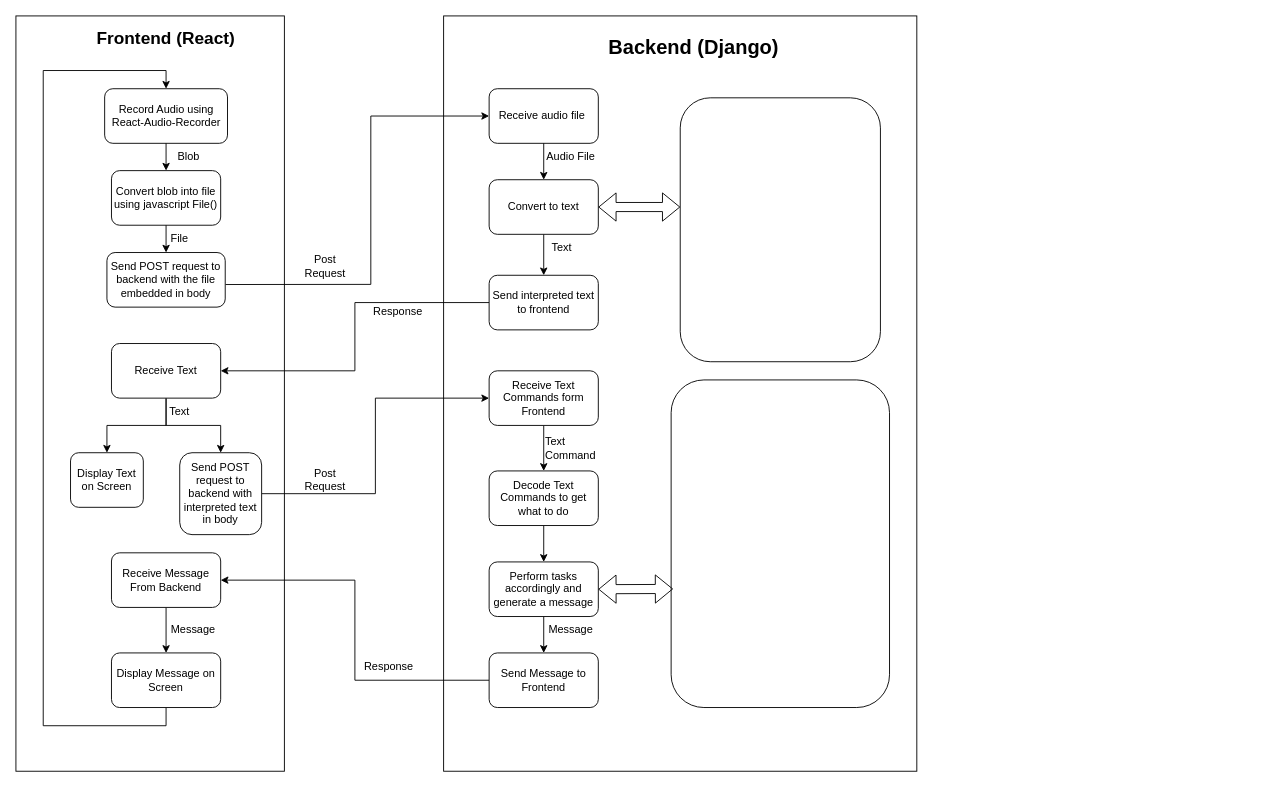
This is ad.drawio from e4stw7nd/OS-Project, a draw.io file, before an edit. Source tidied: cells renumbered, new cells numbered last; positions are measured from the earlier drawing's top-left corner, leaving out a move shared by most shapes. Both pictures are drawn from the tidied source at 91%, with x=0, y=0 at pixel (15, 15).
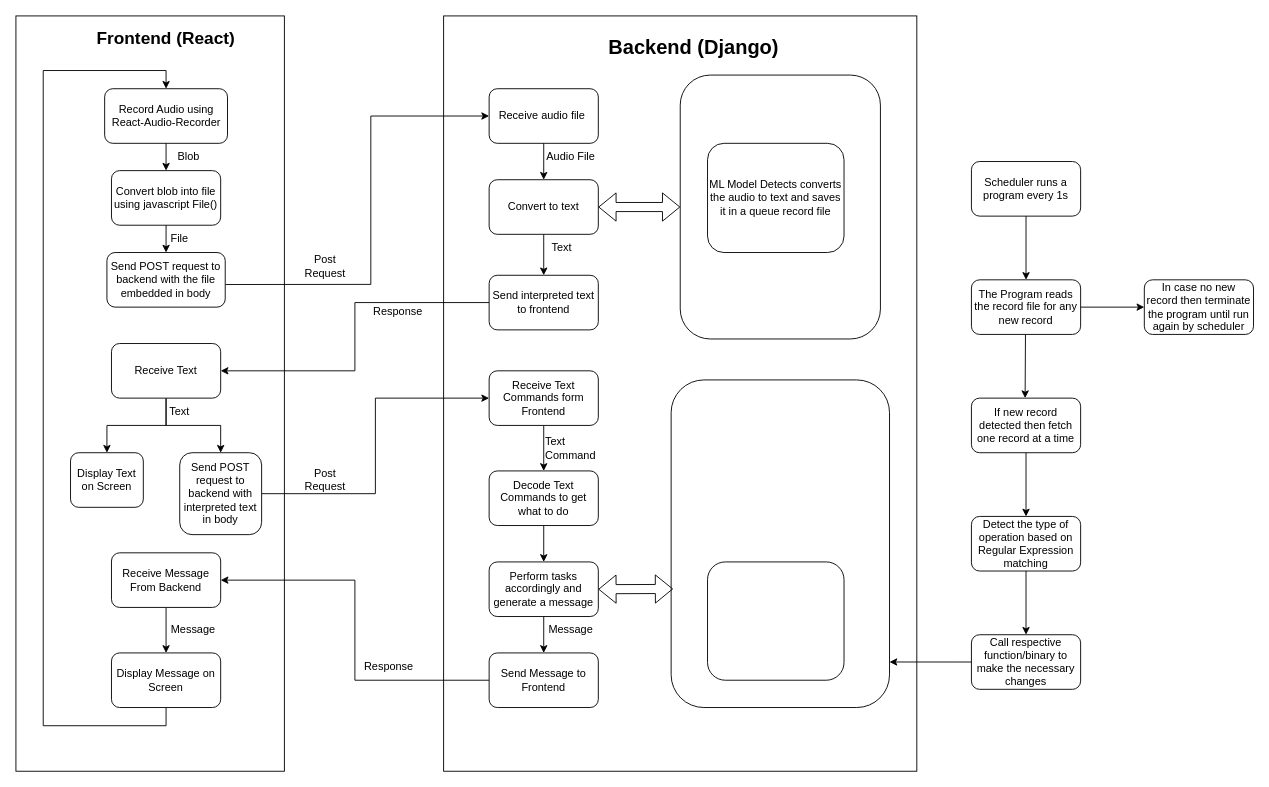
The same page after the edit.

The change refers to these unchanged cells:
```xml
<mxCell id="50" style="rounded=1;whiteSpace=wrap;html=1;" parent="1" vertex="1">
  <mxGeometry x="720" y="400" width="240" height="360" as="geometry" />
</mxCell>
```

Change to the diagram source:
```diff
@@
     <mxCell id="48" style="rounded=1;whiteSpace=wrap;html=1;" parent="1" vertex="1">
-      <mxGeometry x="730" y="90" width="220" height="290" as="geometry" />
+      <mxGeometry x="730" y="65" width="220" height="290" as="geometry" />
     </mxCell>
@@
+    <mxCell id="52" value="ML Model Detects converts the audio to text and saves it in a queue record file" style="rounded=1;whiteSpace=wrap;html=1;" parent="1" vertex="1">
+      <mxGeometry x="760" y="140" width="150" height="120" as="geometry" />
+    </mxCell>
+    <mxCell id="53" value="Scheduler runs a program every 1s" style="rounded=1;whiteSpace=wrap;html=1;" parent="1" vertex="1">
+      <mxGeometry x="1050" y="160" width="120" height="60" as="geometry" />
+    </mxCell>
+    <mxCell id="54" style="endArrow=classic;html=1;rounded=0;exitX=0.5;exitY=1;exitDx=0;exitDy=0;" parent="1" edge="1" source="53">
+      <mxGeometry relative="1" as="geometry">
+        <mxPoint x="1110" y="290" as="targetPoint" />
+      </mxGeometry>
+    </mxCell>
+    <mxCell id="55" value="The Program reads the record file for any new record" style="rounded=1;whiteSpace=wrap;html=1;" parent="1" vertex="1">
+      <mxGeometry x="1050" y="290" width="120" height="60" as="geometry" />
+    </mxCell>
+    <mxCell id="56" style="endArrow=classic;html=1;rounded=0;" parent="1" edge="1" target="57">
+      <mxGeometry relative="1" as="geometry">
+        <mxPoint x="1170" y="320" as="sourcePoint" />
+      </mxGeometry>
+    </mxCell>
+    <mxCell id="57" value="In case no new record then terminate the program until run again by scheduler" style="rounded=1;whiteSpace=wrap;html=1;" parent="1" vertex="1">
+      <mxGeometry x="1240" y="290" width="120" height="60" as="geometry" />
+    </mxCell>
+    <mxCell id="58" style="endArrow=classic;html=1;rounded=0;" parent="1" edge="1">
+      <mxGeometry relative="1" as="geometry">
+        <mxPoint x="1109.4" y="350" as="sourcePoint" />
+        <mxPoint x="1109" y="420" as="targetPoint" />
+      </mxGeometry>
+    </mxCell>
+    <mxCell id="59" value="If new record detected then fetch one record at a time" style="rounded=1;whiteSpace=wrap;html=1;" parent="1" vertex="1">
+      <mxGeometry x="1050" y="420" width="120" height="60" as="geometry" />
+    </mxCell>
+    <mxCell id="60" style="endArrow=classic;html=1;rounded=0;" parent="1" edge="1">
+      <mxGeometry relative="1" as="geometry">
+        <mxPoint x="1110" y="480" as="sourcePoint" />
+        <mxPoint x="1110" y="550" as="targetPoint" />
+      </mxGeometry>
+    </mxCell>
+    <mxCell id="61" style="edgeStyle=orthogonalEdgeStyle;rounded=0;jettySize=auto;html=1;" parent="1" edge="1" source="62">
+      <mxGeometry relative="1" as="geometry">
+        <mxPoint x="1110" y="680" as="targetPoint" />
+      </mxGeometry>
+    </mxCell>
+    <mxCell id="62" value="Detect the type of operation based on Regular Expression matching" style="rounded=1;whiteSpace=wrap;html=1;" parent="1" vertex="1">
+      <mxGeometry x="1050" y="550" width="120" height="60" as="geometry" />
+    </mxCell>
+    <mxCell id="63" value="Call respective function/binary to make the necessary changes" style="rounded=1;whiteSpace=wrap;html=1;" parent="1" vertex="1">
+      <mxGeometry x="1050" y="680" width="120" height="60" as="geometry" />
+    </mxCell>
+    <mxCell id="64" style="endArrow=classic;html=1;rounded=0;entryX=1;entryY=0.861;entryDx=0;entryDy=0;entryPerimeter=0;" parent="1" edge="1" target="50">
+      <mxGeometry relative="1" as="geometry">
+        <mxPoint x="1050" y="710" as="sourcePoint" />
+      </mxGeometry>
+    </mxCell>
+    <mxCell id="65" style="rounded=1;whiteSpace=wrap;html=1;" parent="1" vertex="1">
+      <mxGeometry x="760" y="600" width="150" height="130" as="geometry" />
+    </mxCell>
```
